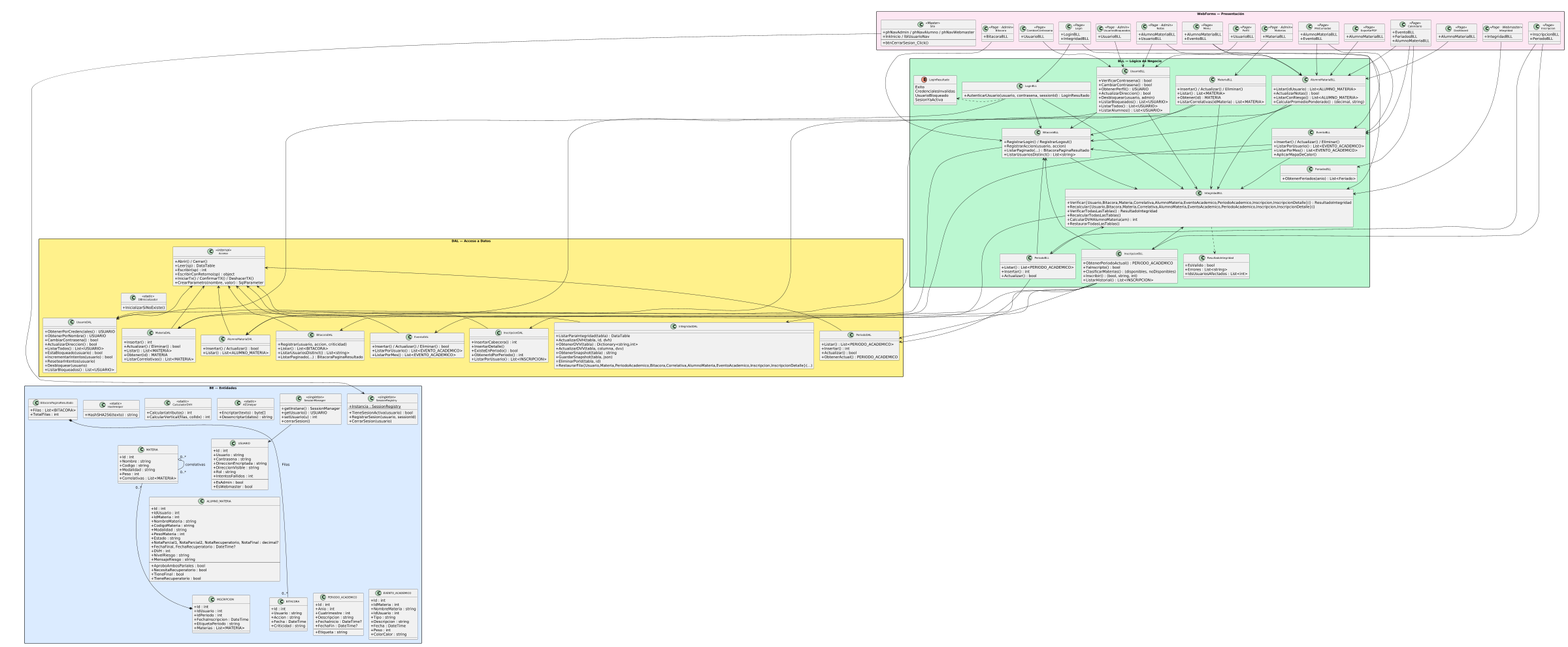
Before: DIAGRAMAS/DiagramaClases.png, a diagram exported from PlantUML (Urrels/tpDYAWeb).
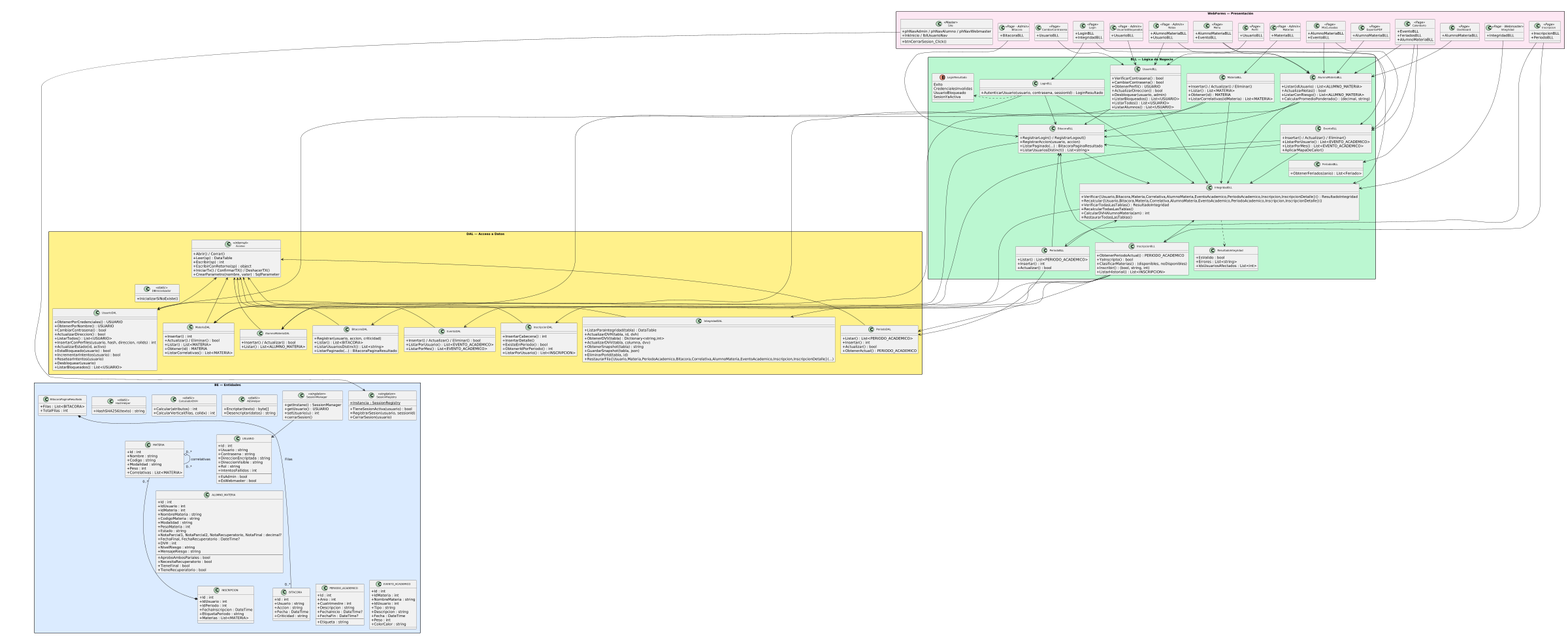
After the commit.

Commit message:
docs: documentar la gestion de usuarios y actualizar el diagrama de clases

What changed in the source:
```diff
@@ -167,6 +167,8 @@
     +CambiarContrasena() : bool
     +ActualizarDireccion() : bool
     +ListarTodos() : List<USUARIO>
+    +InsertarConPerfiles(usuario, hash, direccion, rolIds) : int
+    +ActualizarEstado(id, activo)
     +EstaBloqueado(usuario) : bool
     +IncrementarIntentos(usuario) : bool
     +ResetearIntentos(usuario)
```
